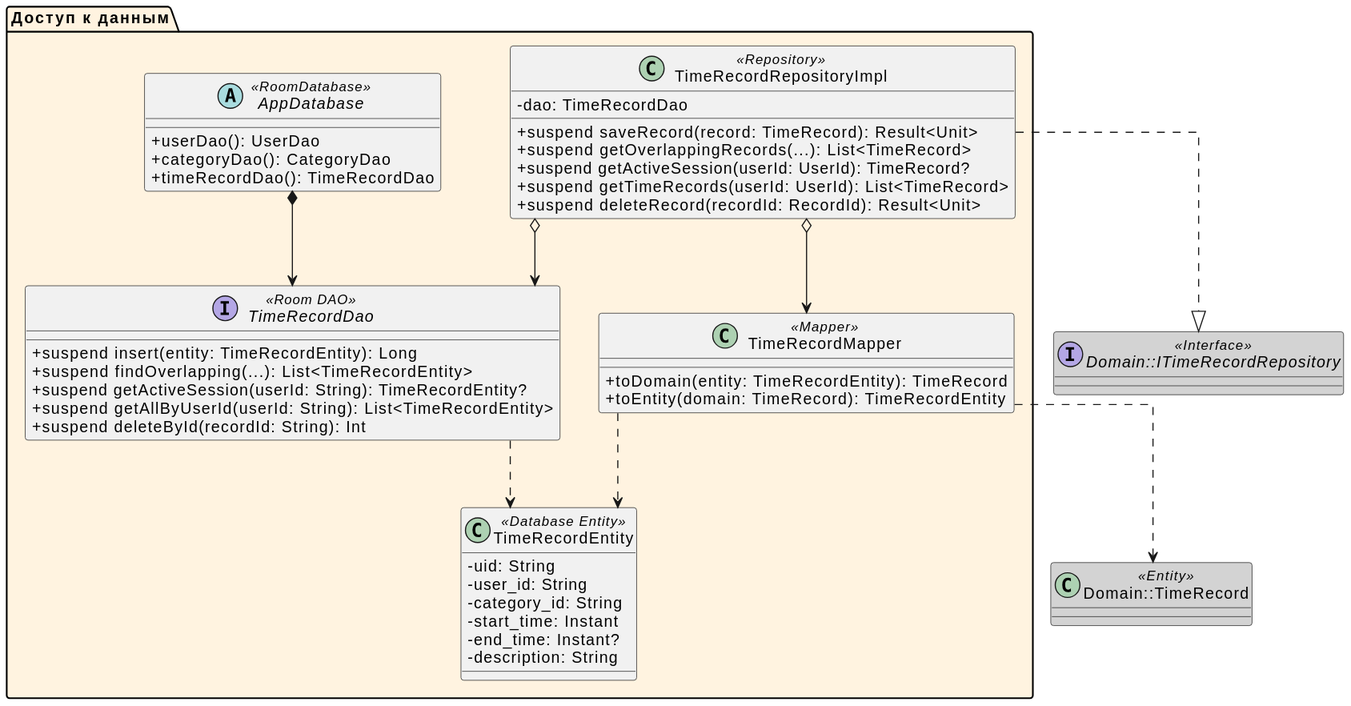
Earlier version of the PlantUML export docs/L4_2.svg (da-fuu/IU7_7sem_Web).
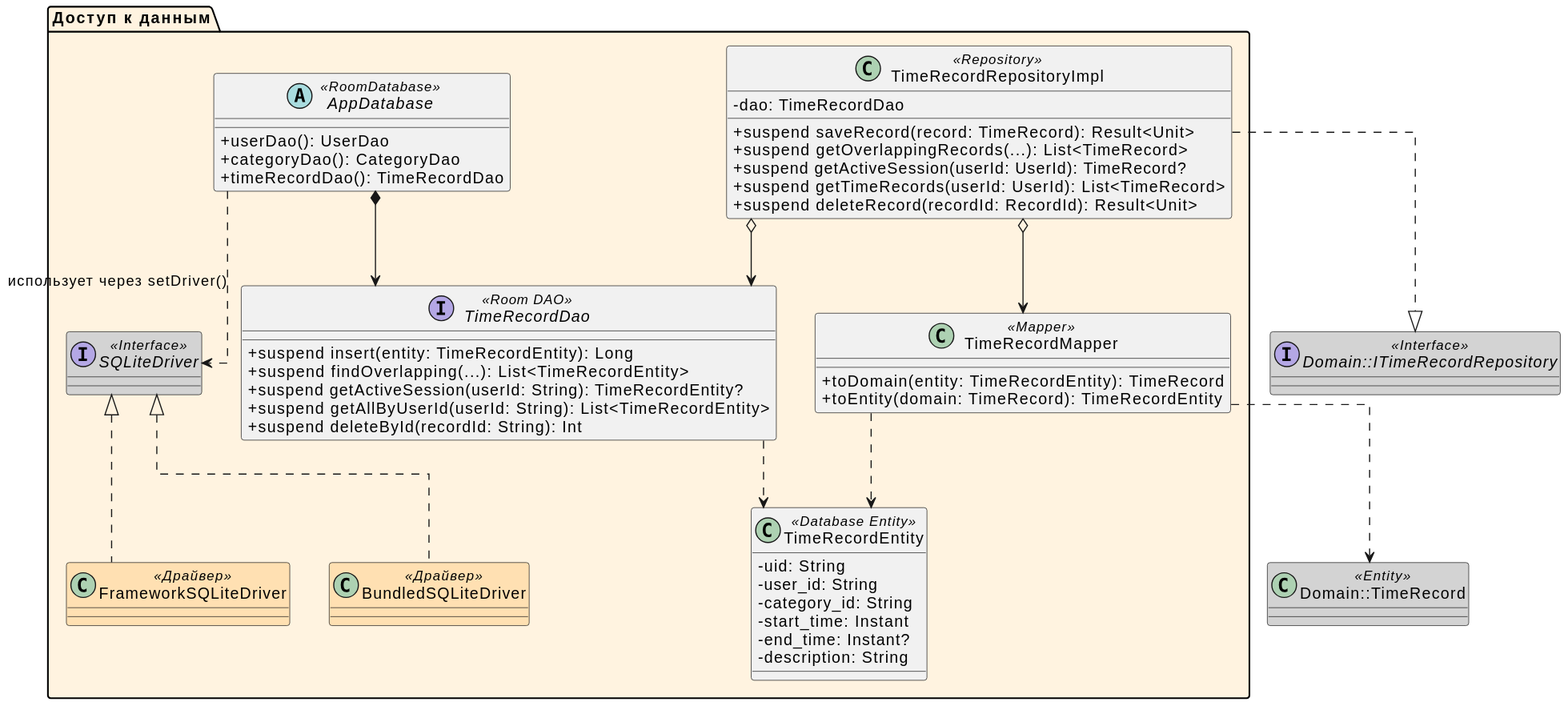
The same diagram one commit later.

Change to the diagram source:
```diff
@@ -43,6 +43,11 @@
         + suspend deleteRecord(recordId: RecordId): Result<Unit>
     }
 
+    interface SQLiteDriver <<Interface>> #LightGray
+
+    class BundledSQLiteDriver <<Драйвер>> #FFE0B2
+    class FrameworkSQLiteDriver <<Драйвер>> #FFE0B2
+
     TimeRecordRepositoryImpl ..|> ITimeRecordRepository
     TimeRecordRepositoryImpl o--> TimeRecordDao
     TimeRecordRepositoryImpl o--> TimeRecordMapper
@@ -51,5 +56,9 @@
     TimeRecordDao ..> TimeRecordEntity
     TimeRecordMapper ..> TimeRecordEntity
     TimeRecordMapper ..> TimeRecord
+
+    AppDatabase ..> SQLiteDriver : "использует через setDriver()"
+    SQLiteDriver <|.. BundledSQLiteDriver
+    SQLiteDriver <|.. FrameworkSQLiteDriver
 }
 @enduml
```
